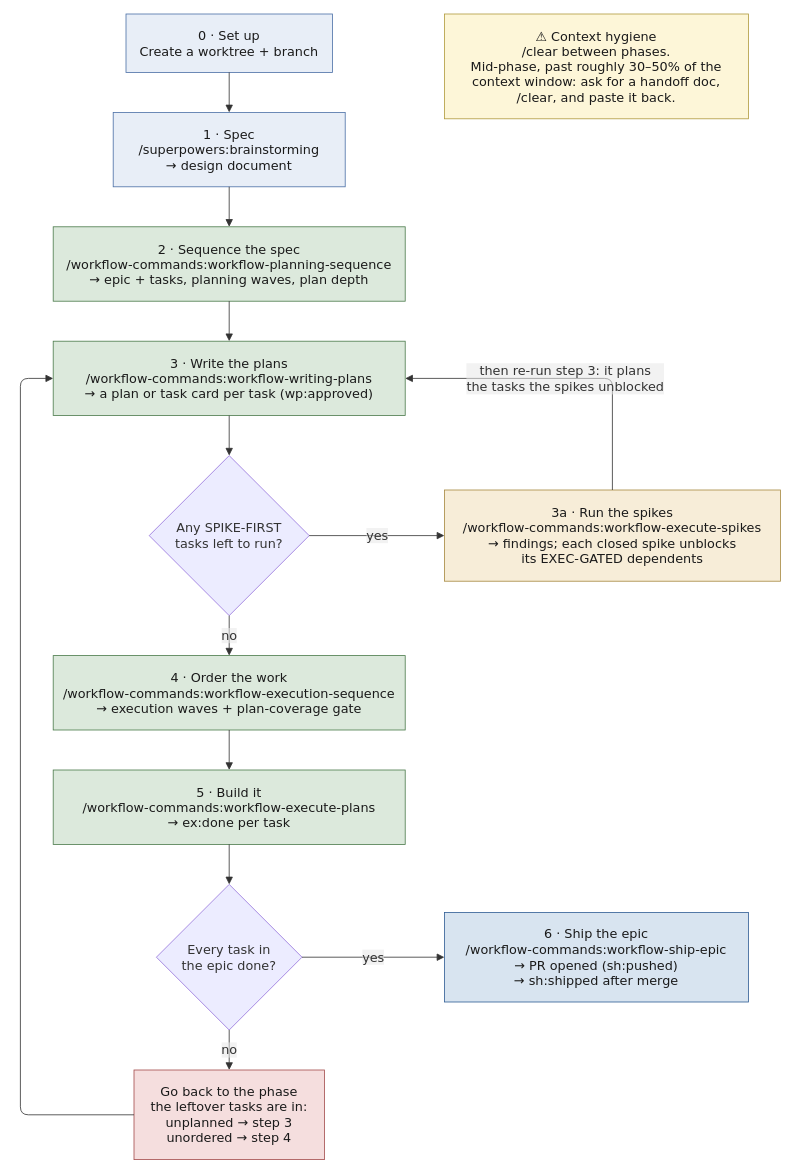
Earlier version of the draw.io diagram docs/workflow-process-flow.drawio (arkevo/beadspowers-python). Source tidied: cells renumbered, new cells numbered last; positions are measured from the earlier drawing's top-left corner, leaving out a move shared by most shapes. Both pictures are drawn from the tidied source at 80%, with x=0, y=0 at pixel (20, 14).
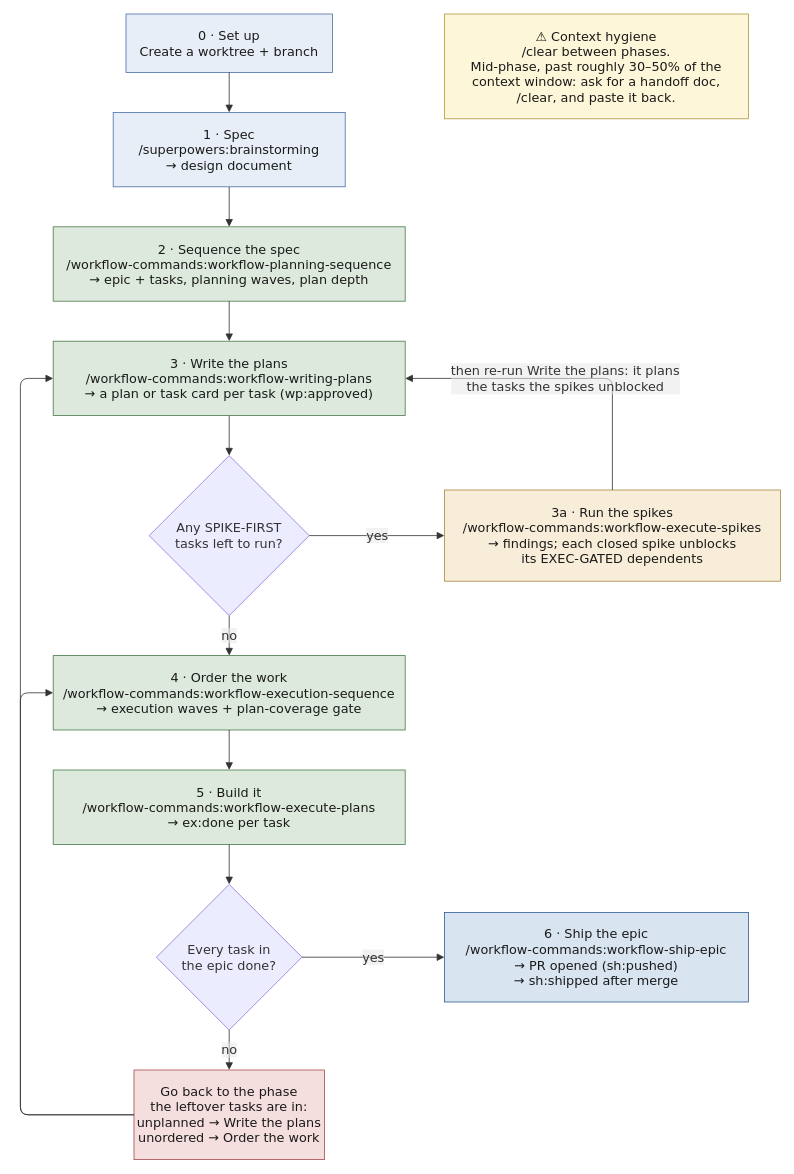
The same diagram, later.

Commit message (it also covers changes not shown here):
docs: W8 review fixes — brainstorming specs land in docs/plans, the diagram names its boxes

Unchanged cells that the change refers to:
```xml
<mxCell id="5" value="3 · Write the plans&#10;/workflow-commands:workflow-writing-plans&#10;→ a plan or task card per task (wp:approved)" style="html=1;whiteSpace=wrap;strokeWidth=1;fillColor=#dce9dc;strokeColor=#4a7a4a;fontColor=#1a1a1a;fontFamily=Trebuchet MS,Verdana,Arial,sans-serif;fontSize=16;" parent="1" vertex="1">
  <mxGeometry x="41" y="409" width="440" height="93" as="geometry" />
</mxCell>
<mxCell id="7" value="3a · Run the spikes&#10;/workflow-commands:workflow-execute-spikes&#10;→ findings; each closed spike unblocks&#10;its EXEC-GATED dependents" style="html=1;whiteSpace=wrap;strokeWidth=1;fillColor=#f7edd8;strokeColor=#a5883f;fontColor=#1a1a1a;fontFamily=Trebuchet MS,Verdana,Arial,sans-serif;fontSize=16;" parent="1" vertex="1">
  <mxGeometry x="530" y="595" width="420" height="114" as="geometry" />
</mxCell>
<mxCell id="8" value="4 · Order the work&#10;/workflow-commands:workflow-execution-sequence&#10;→ execution waves + plan-coverage gate" style="html=1;whiteSpace=wrap;strokeWidth=1;fillColor=#dce9dc;strokeColor=#4a7a4a;fontColor=#1a1a1a;fontFamily=Trebuchet MS,Verdana,Arial,sans-serif;fontSize=16;" parent="1" vertex="1">
  <mxGeometry x="41" y="802" width="440" height="93" as="geometry" />
</mxCell>
```

Diff of the diagram source:
```diff
@@
-    <mxCell id="12" value="Go back to the phase&#10;the leftover tasks are in:&#10;unplanned → step 3&#10;unordered → step 4" style="html=1;whiteSpace=wrap;strokeWidth=1;fillColor=#f5dede;strokeColor=#a34a4a;fontColor=#1a1a1a;fontFamily=Trebuchet MS,Verdana,Arial,sans-serif;fontSize=16;" parent="1" vertex="1">
+    <mxCell id="12" value="Go back to the phase&#10;the leftover tasks are in:&#10;unplanned → Write the plans&#10;unordered → Order the work" style="html=1;whiteSpace=wrap;strokeWidth=1;fillColor=#f5dede;strokeColor=#a34a4a;fontColor=#1a1a1a;fontFamily=Trebuchet MS,Verdana,Arial,sans-serif;fontSize=16;" parent="1" vertex="1">
       <mxGeometry x="142" y="1320" width="238" height="112" as="geometry" />
     </mxCell>
@@
-    <mxCell id="19" value="then re-run step 3: it plans&#10;the tasks the spikes unblocked" style="edgeStyle=orthogonalEdgeStyle;rounded=1;startArrow=none;endArrow=block;endSize=7;strokeColor=light-dark(#333333,#cccccc);html=1;fontSize=16;labelBackgroundColor=light-dark(#E8E8E88D,#2a2a2a8D);fontFamily=Trebuchet MS,Verdana,Arial,sans-serif;fontColor=light-dark(#333333,#cccccc);exitX=0.5;exitY=0;entryX=1;entryY=0.5;" parent="1" edge="1" source="7" target="5">
+    <mxCell id="19" value="then re-run Write the plans: it plans&#10;the tasks the spikes unblocked" style="edgeStyle=orthogonalEdgeStyle;rounded=1;startArrow=none;endArrow=block;endSize=7;strokeColor=light-dark(#333333,#cccccc);html=1;fontSize=16;labelBackgroundColor=light-dark(#E8E8E88D,#2a2a2a8D);fontFamily=Trebuchet MS,Verdana,Arial,sans-serif;fontColor=light-dark(#333333,#cccccc);exitX=0.5;exitY=0;entryX=1;entryY=0.5;" parent="1" edge="1" source="7" target="5">
       <mxGeometry relative="1" as="geometry">
         <Array as="points">
           <mxPoint x="740" y="455" />
         </Array>
       </mxGeometry>
     </mxCell>
@@
+    <mxCell id="26" style="edgeStyle=orthogonalEdgeStyle;rounded=1;startArrow=none;endArrow=block;endSize=7;strokeColor=light-dark(#333333,#cccccc);exitX=0;exitY=0.5;entryX=0;entryY=0.5;" parent="1" edge="1" source="12" target="8">
+      <mxGeometry relative="1" as="geometry">
+        <Array as="points">
+          <mxPoint y="1376" />
+          <mxPoint y="848.5" />
+        </Array>
+      </mxGeometry>
+    </mxCell>
```
